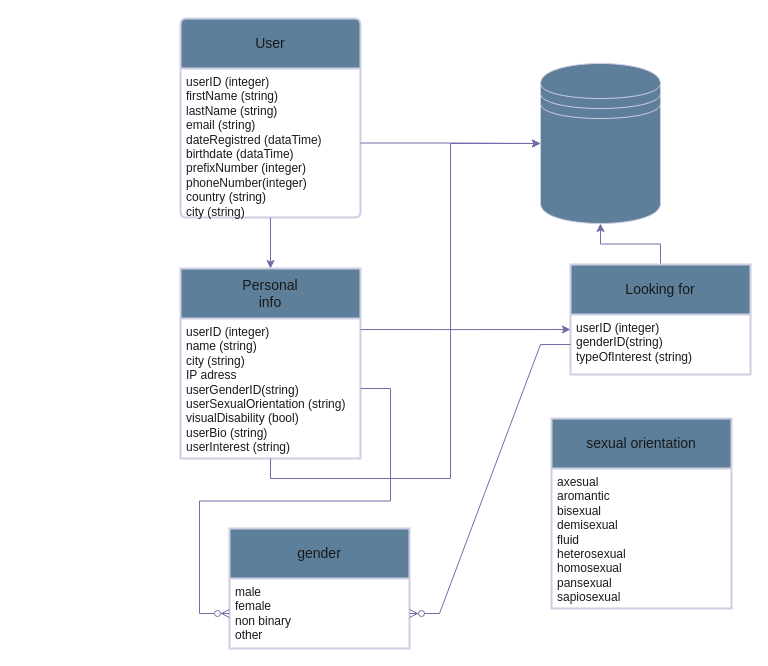
Earlier version of the draw.io diagram Diagrama sin título.drawio (carrera29/My_SQL). Source tidied: cells renumbered, new cells numbered last; positions are measured from the earlier drawing's top-left corner, leaving out a move shared by most shapes. Both pictures are drawn from the tidied source at 100%, with x=0, y=0 at pixel (100, 18).
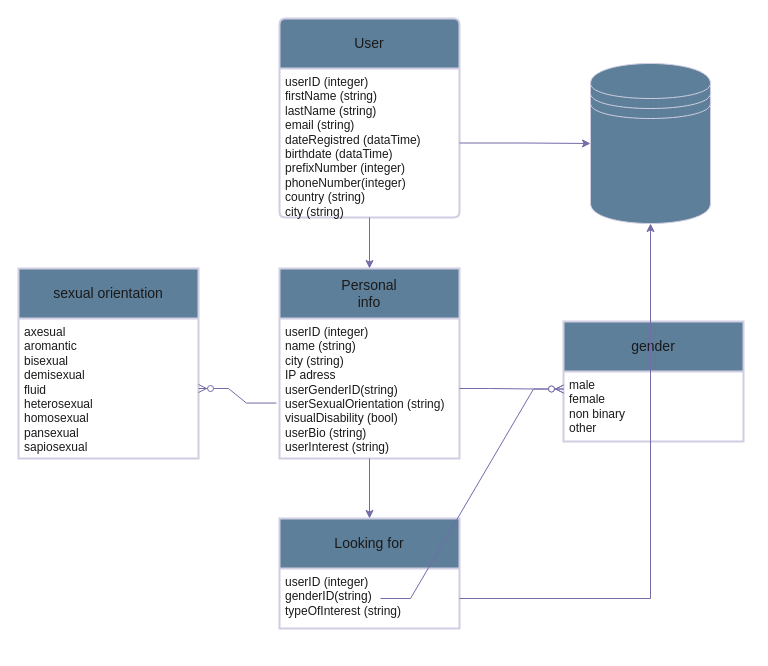
The same page after the edit.

Unchanged cells that the change refers to:
```xml
<mxCell id="5" value="userID (integer)&lt;br&gt;name (string)&lt;br&gt;city (string)&lt;br&gt;IP adress&amp;nbsp;&lt;br&gt;userGenderID(string)&lt;br&gt;userSexualOrientation (string)&lt;br&gt;visualDisability (bool)&lt;br&gt;userBio (string)&lt;br&gt;userInterest (string)" style="align=left;strokeColor=none;fillColor=none;spacingLeft=4;fontSize=12;verticalAlign=top;html=1;labelBackgroundColor=none;fontColor=#1A1A1A;" parent="4" vertex="1">
  <mxGeometry y="50" width="180" height="140" as="geometry" />
</mxCell>
<mxCell id="11" value="userID (integer)&lt;br&gt;genderID(string)&lt;br&gt;typeOfInterest&amp;nbsp;(string)" style="align=left;strokeColor=none;fillColor=none;spacingLeft=4;fontSize=12;verticalAlign=top;html=1;labelBackgroundColor=none;fontColor=#1A1A1A;" parent="10" vertex="1">
  <mxGeometry y="50" width="180" height="60" as="geometry" />
</mxCell>
<mxCell id="15" value="male&lt;br&gt;female&lt;br&gt;non binary&lt;br&gt;other" style="align=left;strokeColor=none;fillColor=none;spacingLeft=4;fontSize=12;verticalAlign=top;html=1;labelBackgroundColor=none;fontColor=#1A1A1A;" parent="14" vertex="1">
  <mxGeometry y="50" width="180" height="70" as="geometry" />
</mxCell>
<mxCell id="19" value="axesual&lt;br&gt;aromantic&lt;br&gt;bisexual&lt;br&gt;demisexual&lt;br&gt;fluid&lt;br&gt;heterosexual&lt;br&gt;homosexual&lt;br&gt;pansexual&lt;br&gt;sapiosexual" style="align=left;strokeColor=none;fillColor=none;spacingLeft=4;fontSize=12;verticalAlign=top;html=1;labelBackgroundColor=none;fontColor=#1A1A1A;" parent="18" vertex="1">
  <mxGeometry y="50" width="180" height="140" as="geometry" />
</mxCell>
```

What changed in the source:
```diff
@@
     <mxCell id="2" value="User" style="swimlane;horizontal=1;startSize=50;rounded=1;fontSize=14;fontStyle=0;strokeWidth=2;shadow=0;dashed=0;align=center;arcSize=4;whiteSpace=wrap;html=1;fillColor=#5D7F99;strokeColor=#D0CEE2;labelBackgroundColor=none;fontColor=#1A1A1A;" parent="1" vertex="1">
-      <mxGeometry x="80" width="180" height="199" as="geometry" />
+      <mxGeometry x="179" width="180" height="199" as="geometry" />
     </mxCell>
@@
     <mxCell id="4" value="Personal&lt;br&gt;info" style="swimlane;horizontal=1;startSize=50;rounded=1;fontSize=14;fontStyle=0;strokeWidth=2;shadow=0;dashed=0;align=center;arcSize=0;whiteSpace=wrap;html=1;labelBackgroundColor=none;fillColor=#5D7F99;strokeColor=#D0CEE2;fontColor=#1A1A1A;" parent="1" vertex="1">
-      <mxGeometry x="80" y="250" width="180" height="190" as="geometry" />
+      <mxGeometry x="179" y="250" width="180" height="190" as="geometry" />
     </mxCell>
@@
     <mxCell id="7" style="shape=datastore;whiteSpace=wrap;html=1;labelBackgroundColor=none;fillColor=#5D7F99;strokeColor=#D0CEE2;fontColor=#1A1A1A;" parent="1" vertex="1">
-      <mxGeometry x="440" y="45" width="120" height="160" as="geometry" />
+      <mxGeometry x="490" y="45" width="120" height="160" as="geometry" />
     </mxCell>
@@
-    <mxCell id="9" style="edgeStyle=orthogonalEdgeStyle;rounded=0;jettySize=auto;html=1;exitX=0.5;exitY=0;exitDx=0;exitDy=0;entryX=0.5;entryY=1;entryDx=0;entryDy=0;labelBackgroundColor=none;strokeColor=#736CA8;fontColor=default;" parent="1" edge="1" source="10" target="7">
-      <mxGeometry relative="1" as="geometry" />
-    </mxCell>
     <mxCell id="10" value="Looking for" style="swimlane;horizontal=1;startSize=50;rounded=1;fontSize=14;fontStyle=0;strokeWidth=2;shadow=0;dashed=0;align=center;arcSize=0;whiteSpace=wrap;html=1;labelBackgroundColor=none;fillColor=#5D7F99;strokeColor=#D0CEE2;fontColor=#1A1A1A;" parent="1" vertex="1">
-      <mxGeometry x="470" y="246" width="180" height="110" as="geometry" />
+      <mxGeometry x="179" y="500" width="180" height="110" as="geometry" />
     </mxCell>
@@
-    <mxCell id="12" style="edgeStyle=orthogonalEdgeStyle;rounded=0;jettySize=auto;html=1;entryX=0;entryY=0.25;entryDx=0;entryDy=0;labelBackgroundColor=none;strokeColor=#736CA8;fontColor=default;exitX=1;exitY=0.079;exitDx=0;exitDy=0;exitPerimeter=0;" parent="1" edge="1" source="5" target="11">
-      <mxGeometry relative="1" as="geometry" />
-    </mxCell>
-    <mxCell id="13" style="edgeStyle=orthogonalEdgeStyle;rounded=0;jettySize=auto;html=1;exitX=0.5;exitY=1;exitDx=0;exitDy=0;entryX=0;entryY=0.5;entryDx=0;entryDy=0;labelBackgroundColor=none;strokeColor=#736CA8;fontColor=default;" parent="1" edge="1" source="5" target="7">
-      <mxGeometry relative="1" as="geometry" />
-    </mxCell>
     <mxCell id="14" value="gender" style="swimlane;horizontal=1;startSize=50;rounded=1;fontSize=14;fontStyle=0;strokeWidth=2;shadow=0;dashed=0;align=center;arcSize=0;whiteSpace=wrap;html=1;labelBackgroundColor=none;fillColor=#5D7F99;strokeColor=#D0CEE2;fontColor=#1A1A1A;" parent="1" vertex="1">
-      <mxGeometry x="129" y="510" width="180" height="120" as="geometry" />
+      <mxGeometry x="463" y="303" width="180" height="120" as="geometry" />
     </mxCell>
@@
-    <mxCell id="16" style="edgeStyle=entityRelationEdgeStyle;fontSize=12;html=1;endArrow=ERzeroToMany;endFill=1;rounded=0;strokeColor=#736CA8;fontColor=#1A1A1A;exitX=0;exitY=0.5;exitDx=0;exitDy=0;entryX=1;entryY=0.5;entryDx=0;entryDy=0;" parent="1" edge="1" source="11" target="15">
-      <mxGeometry relative="1" as="geometry" />
-    </mxCell>
-    <mxCell id="17" style="edgeStyle=entityRelationEdgeStyle;fontSize=12;html=1;endArrow=ERzeroToMany;endFill=1;rounded=0;strokeColor=#736CA8;fontColor=#1A1A1A;entryX=0;entryY=0.5;entryDx=0;entryDy=0;exitX=1;exitY=0.5;exitDx=0;exitDy=0;" parent="1" edge="1" source="5">
+    <mxCell id="17" style="edgeStyle=entityRelationEdgeStyle;fontSize=12;html=1;endArrow=ERzeroToMany;endFill=1;rounded=0;strokeColor=#736CA8;fontColor=#1A1A1A;entryX=0;entryY=0.25;entryDx=0;entryDy=0;" parent="1" edge="1" source="5" target="15">
       <mxGeometry relative="1" as="geometry">
-        <mxPoint x="129" y="595" as="targetPoint" />
         <Array as="points">
-          <mxPoint x="330" y="640" />
-          <mxPoint y="470" />
-          <mxPoint x="20" y="483" />
+          <mxPoint x="380" y="640" />
+          <mxPoint x="50" y="470" />
+          <mxPoint x="70" y="483" />
         </Array>
       </mxGeometry>
     </mxCell>
     <mxCell id="18" value="sexual orientation" style="swimlane;horizontal=1;startSize=50;rounded=1;fontSize=14;fontStyle=0;strokeWidth=2;shadow=0;dashed=0;align=center;arcSize=0;whiteSpace=wrap;html=1;labelBackgroundColor=none;fillColor=#5D7F99;strokeColor=#D0CEE2;fontColor=#1A1A1A;" parent="1" vertex="1">
-      <mxGeometry x="451" y="400" width="180" height="190" as="geometry" />
+      <mxGeometry x="-82" y="250" width="180" height="190" as="geometry" />
     </mxCell>
@@
+    <mxCell id="20" style="edgeStyle=entityRelationEdgeStyle;fontSize=12;html=1;endArrow=ERzeroToMany;endFill=1;rounded=0;strokeColor=#736CA8;fontColor=#1A1A1A;entryX=0;entryY=0.25;entryDx=0;entryDy=0;" parent="1" edge="1" target="15">
+      <mxGeometry relative="1" as="geometry">
+        <mxPoint x="280" y="580" as="sourcePoint" />
+      </mxGeometry>
+    </mxCell>
+    <mxCell id="21" style="edgeStyle=orthogonalEdgeStyle;rounded=0;jettySize=auto;html=1;exitX=0.5;exitY=1;exitDx=0;exitDy=0;entryX=0.5;entryY=0;entryDx=0;entryDy=0;strokeColor=#736CA8;fontColor=#1A1A1A;" parent="1" edge="1" source="5" target="10">
+      <mxGeometry relative="1" as="geometry" />
+    </mxCell>
+    <mxCell id="22" style="edgeStyle=orthogonalEdgeStyle;rounded=0;jettySize=auto;html=1;exitX=1;exitY=0.5;exitDx=0;exitDy=0;entryX=0.5;entryY=1;entryDx=0;entryDy=0;strokeColor=#736CA8;fontColor=#1A1A1A;" parent="1" edge="1" source="11" target="7">
+      <mxGeometry relative="1" as="geometry" />
+    </mxCell>
+    <mxCell id="23" style="edgeStyle=entityRelationEdgeStyle;fontSize=12;html=1;endArrow=ERzeroToMany;endFill=1;rounded=0;strokeColor=#736CA8;fontColor=#1A1A1A;entryX=1;entryY=0.5;entryDx=0;entryDy=0;exitX=-0.017;exitY=0.604;exitDx=0;exitDy=0;exitPerimeter=0;" parent="1" edge="1" source="5" target="19">
+      <mxGeometry relative="1" as="geometry" />
+    </mxCell>
```
